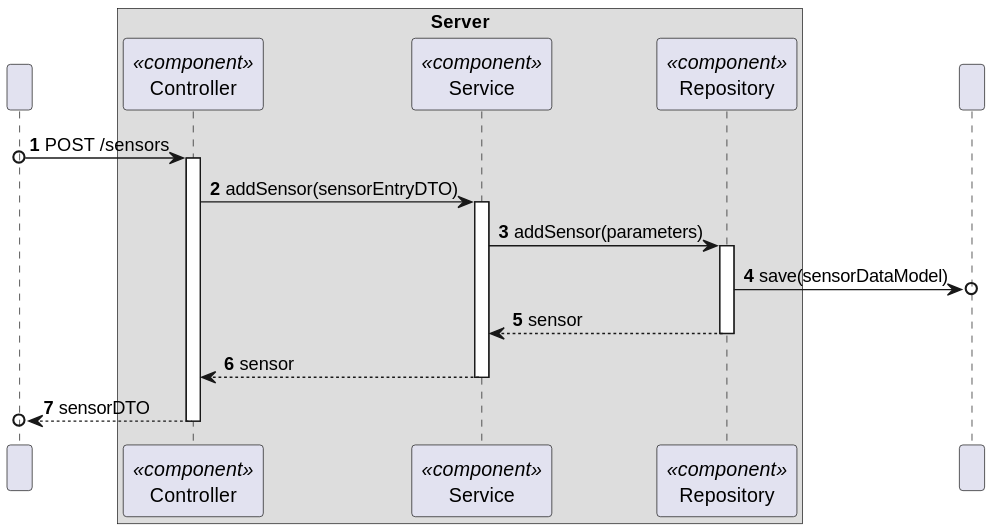
This is docs/C4_4plus1_models/Level4/ProcessView/ProcessViewLevel4_UC07_v1.svg from moutajDev/smarthome, a PlantUML export, as it was before one commit.
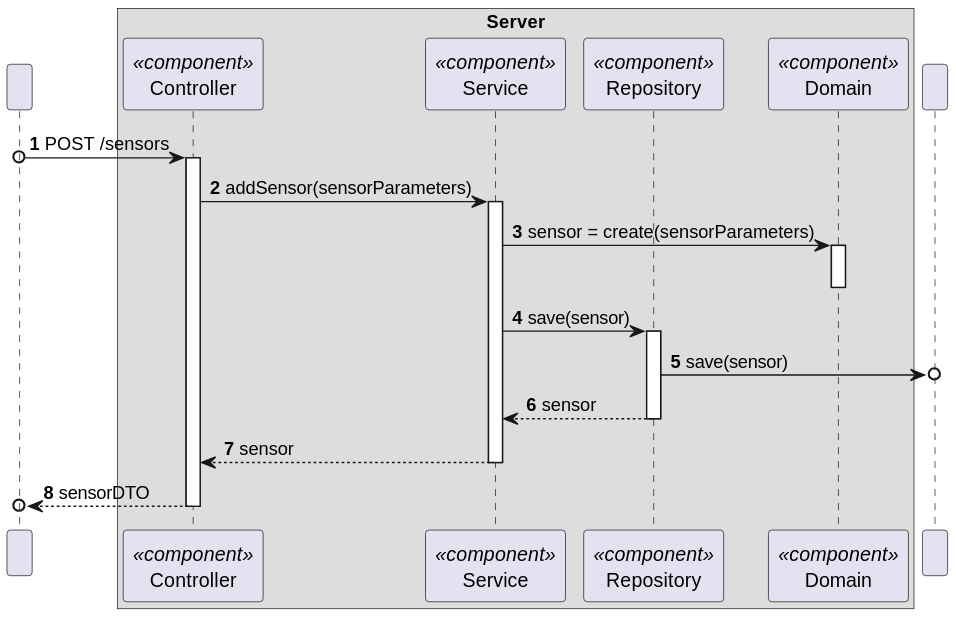
After the commit.

Commit message:
update level4 uc07 ProcessViewLevel4_UC07.puml diagram

Change to the diagram source:
```diff
@@ -9,6 +9,7 @@
     participant "Controller" as CTRL<<component>>
     participant "Service" as SV<<component>>
     participant "Repository" as RP<<component>>
+     participant "Domain" as Domain<<component>>
 
 end box
 participant " " as BD
@@ -17,13 +18,18 @@
 HTTP o-> CTRL : POST /sensors
 activate CTRL
 
-CTRL -> SV : addSensor(sensorEntryDTO)
+CTRL -> SV : addSensor(sensorParameters)
+
 activate SV
 
-SV -> RP : addSensor(parameters)
+SV -> Domain: sensor = create(sensorParameters)
+activate Domain
+deactivate Domain
+
+SV -> RP : save(sensor)
 activate RP
 
-RP ->o BD : save(sensorDataModel)
+RP ->o BD : save(sensor)
 
 RP --> SV : sensor
 deactivate RP
```
